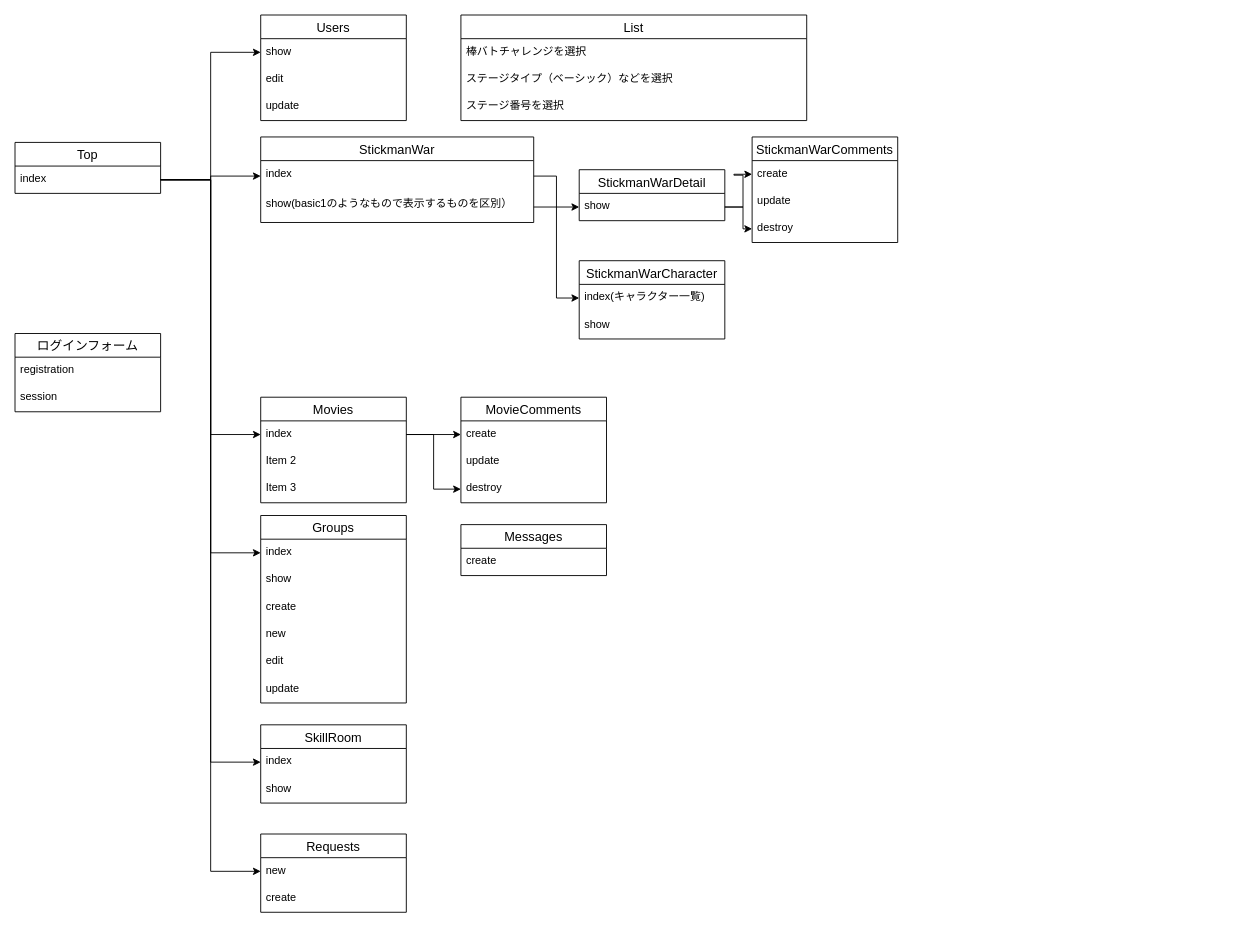
Above: flow.dio in runba3011/runba_home (draw.io), before the change. Source tidied: cells renumbered, new cells numbered last; positions are measured from the earlier drawing's top-left corner, leaving out a move shared by most shapes. Both pictures are drawn from the tidied source at 91%, with x=0, y=0 at pixel (15, 15).
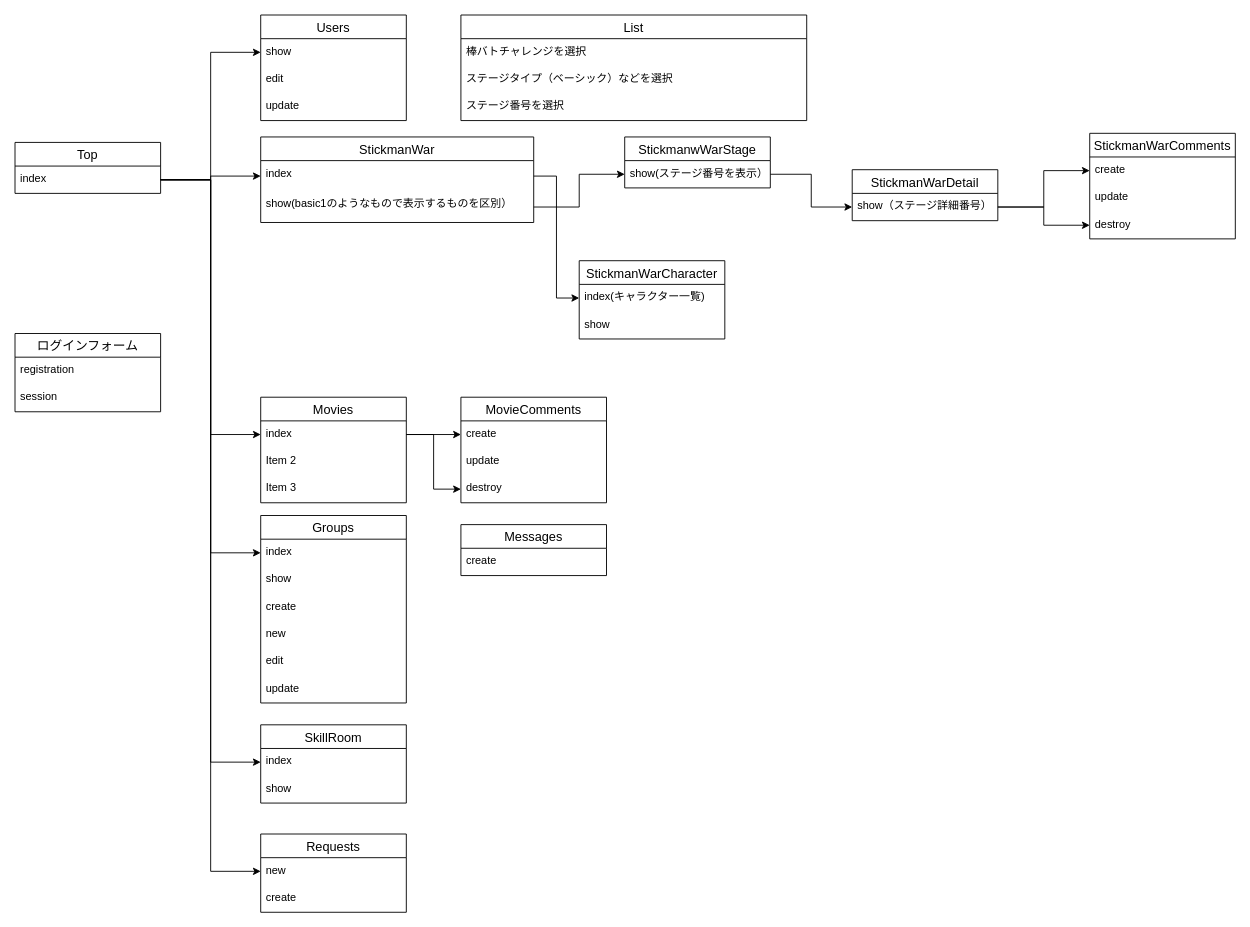
The same diagram, later.

Commit message:
フローズの修正

The change refers to these unchanged cells:
```xml
<mxCell id="6" value="show(basic1のようなもので表示するものを区別）" style="text;strokeColor=none;fillColor=none;spacingLeft=4;spacingRight=4;overflow=hidden;points=[[0,0.5],[1,0.5]];portConstraint=eastwest;fontSize=12;" parent="4" vertex="1">
  <mxGeometry y="60" width="300" height="34" as="geometry" />
</mxCell>
```

Diff of the diagram source:
```diff
@@
     <mxCell id="28" value="StickmanWarComments" style="swimlane;fontStyle=0;horizontal=1;startSize=26;align=center;fontSize=14;" parent="1" vertex="1">
-      <mxGeometry x="810" y="134" width="160" height="116" as="geometry" />
+      <mxGeometry x="1181" y="130" width="160" height="116" as="geometry" />
     </mxCell>
@@
     <mxCell id="45" value="StickmanWarDetail" style="swimlane;fontStyle=0;horizontal=1;startSize=26;align=center;fontSize=14;" parent="1" vertex="1">
-      <mxGeometry x="620" y="170" width="160" height="56" as="geometry" />
+      <mxGeometry x="920" y="170" width="160" height="56" as="geometry" />
     </mxCell>
-    <mxCell id="46" value="show" style="text;strokeColor=none;fillColor=none;spacingLeft=4;spacingRight=4;overflow=hidden;points=[[0,0.5],[1,0.5]];portConstraint=eastwest;fontSize=12;" parent="45" vertex="1">
+    <mxCell id="46" value="show（ステージ詳細番号）" style="text;strokeColor=none;fillColor=none;spacingLeft=4;spacingRight=4;overflow=hidden;points=[[0,0.5],[1,0.5]];portConstraint=eastwest;fontSize=12;" parent="45" vertex="1">
       <mxGeometry y="26" width="160" height="30" as="geometry" />
     </mxCell>
-    <mxCell id="47" style="edgeStyle=orthogonalEdgeStyle;rounded=0;jettySize=auto;html=1;entryX=0;entryY=0.5;entryDx=0;entryDy=0;" parent="1" edge="1" source="6" target="46">
-      <mxGeometry relative="1" as="geometry" />
-    </mxCell>
@@
+    <mxCell id="62" value="StickmanwWarStage" style="swimlane;fontStyle=0;horizontal=1;startSize=26;align=center;fontSize=14;" parent="1" vertex="1">
+      <mxGeometry x="670" y="134" width="160" height="56" as="geometry" />
+    </mxCell>
+    <mxCell id="63" value="show(ステージ番号を表示）" style="text;strokeColor=none;fillColor=none;spacingLeft=4;spacingRight=4;overflow=hidden;points=[[0,0.5],[1,0.5]];portConstraint=eastwest;fontSize=12;" parent="62" vertex="1">
+      <mxGeometry y="26" width="160" height="30" as="geometry" />
+    </mxCell>
+    <mxCell id="64" style="edgeStyle=orthogonalEdgeStyle;rounded=0;jettySize=auto;html=1;entryX=0;entryY=0.5;entryDx=0;entryDy=0;" parent="1" edge="1" source="6" target="63">
+      <mxGeometry relative="1" as="geometry" />
+    </mxCell>
+    <mxCell id="65" style="edgeStyle=orthogonalEdgeStyle;rounded=0;jettySize=auto;html=1;entryX=0;entryY=0.5;entryDx=0;entryDy=0;" parent="1" edge="1" source="63" target="46">
+      <mxGeometry relative="1" as="geometry" />
+    </mxCell>
```
